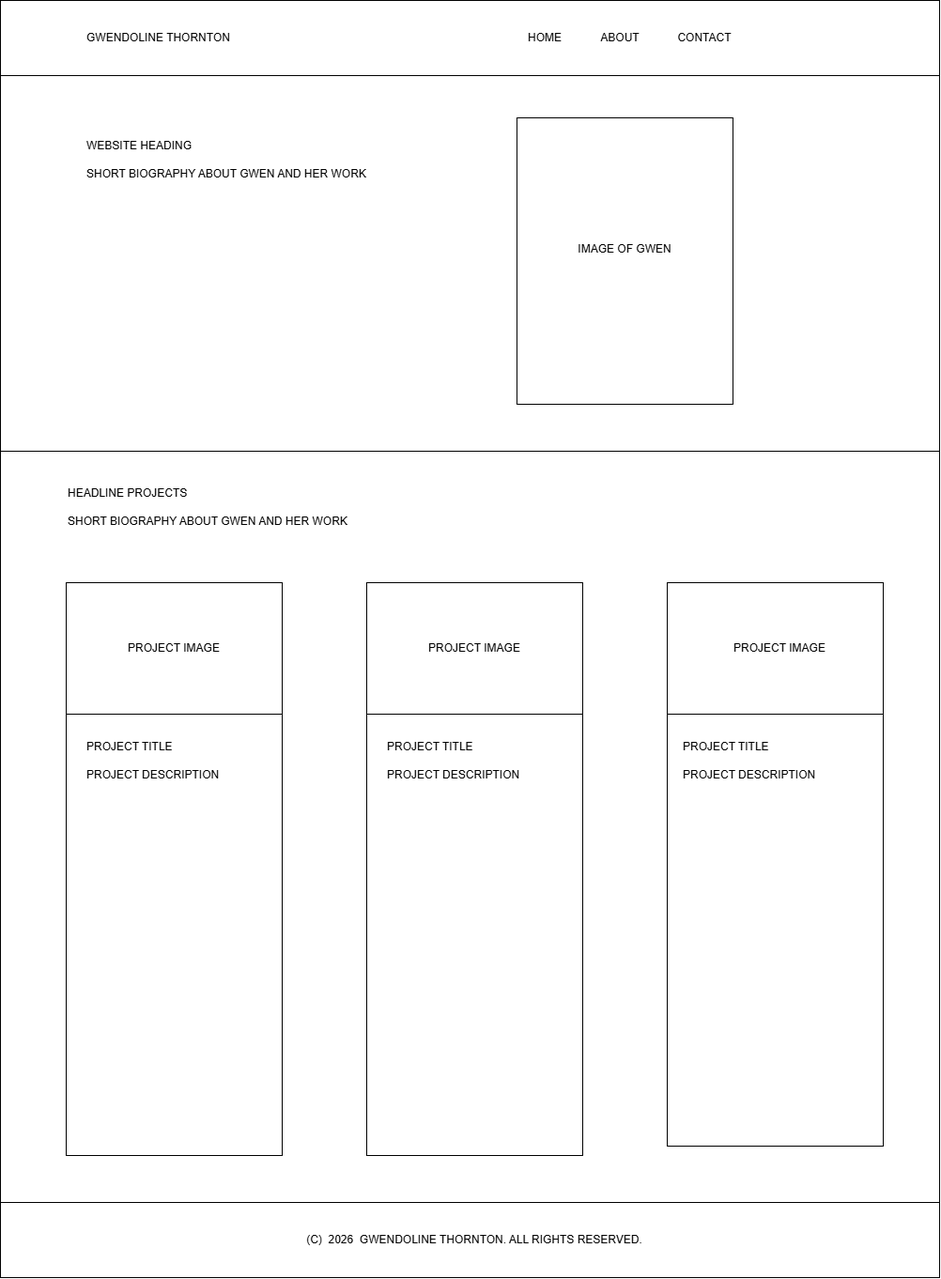
Earlier version of the draw.io export assets/images/gwendoline-thornton-portfolio-home.png (TheWorkshopMainContact/gwendoline-thornton-portfolio). Source tidied: cells renumbered, new cells last; positions are measured from the earlier drawing's top-left corner, leaving out a move shared by most shapes. Its diagram source:
```xml
<mxGraphModel>
  <root>
    <mxCell id="0" />
    <mxCell id="1" parent="0" />
    <mxCell id="2" style="rounded=0;whiteSpace=wrap;html=1;" parent="1" vertex="1">
      <mxGeometry width="1000" height="80" as="geometry" />
    </mxCell>
    <mxCell id="3" value="CONTACT" style="text;html=1;whiteSpace=wrap;strokeColor=none;fillColor=none;align=center;verticalAlign=middle;rounded=0;" parent="1" vertex="1">
      <mxGeometry x="710" y="25" width="80" height="30" as="geometry" />
    </mxCell>
    <mxCell id="4" value="ABOUT" style="text;html=1;whiteSpace=wrap;strokeColor=none;fillColor=none;align=center;verticalAlign=middle;rounded=0;" parent="1" vertex="1">
      <mxGeometry x="630" y="25" width="60" height="30" as="geometry" />
    </mxCell>
    <mxCell id="5" value="HOME" style="text;html=1;whiteSpace=wrap;strokeColor=none;fillColor=none;align=center;verticalAlign=middle;rounded=0;" parent="1" vertex="1">
      <mxGeometry x="550" y="25" width="60" height="30" as="geometry" />
    </mxCell>
    <mxCell id="6" value="GWENDOLINE THORNTON" style="text;html=1;whiteSpace=wrap;strokeColor=none;fillColor=none;align=left;verticalAlign=middle;rounded=0;" parent="1" vertex="1">
      <mxGeometry x="90" y="25" width="180" height="30" as="geometry" />
    </mxCell>
    <mxCell id="7" style="verticalLabelPosition=bottom;verticalAlign=top;html=1;shape=mxgraph.basic.rect;fillColor2=none;strokeWidth=1;size=20;indent=5;" parent="1" vertex="1">
      <mxGeometry y="80" width="1000" height="400" as="geometry" />
    </mxCell>
    <mxCell id="8" value="WEBSITE HEADING" style="text;html=1;whiteSpace=wrap;strokeColor=none;fillColor=none;align=left;verticalAlign=middle;rounded=0;" parent="1" vertex="1">
      <mxGeometry x="90" y="140" width="140" height="30" as="geometry" />
    </mxCell>
    <mxCell id="9" value="SHORT BIOGRAPHY ABOUT GWEN AND HER WORK" style="text;html=1;whiteSpace=wrap;strokeColor=none;fillColor=none;align=left;verticalAlign=middle;rounded=0;" parent="1" vertex="1">
      <mxGeometry x="90" y="170" width="320" height="30" as="geometry" />
    </mxCell>
    <mxCell id="10" style="verticalLabelPosition=bottom;verticalAlign=top;html=1;shape=mxgraph.basic.rect;fillColor2=none;strokeWidth=1;size=20;indent=5;" parent="1" vertex="1">
      <mxGeometry x="550" y="125" width="230" height="305" as="geometry" />
    </mxCell>
    <mxCell id="11" value="IMAGE OF GWEN" style="text;html=1;whiteSpace=wrap;strokeColor=none;fillColor=none;align=center;verticalAlign=middle;rounded=0;" parent="1" vertex="1">
      <mxGeometry x="605" y="250" width="120" height="30" as="geometry" />
    </mxCell>
    <mxCell id="12" style="verticalLabelPosition=bottom;verticalAlign=top;html=1;shape=mxgraph.basic.rect;fillColor2=none;strokeWidth=1;size=20;indent=5;" parent="1" vertex="1">
      <mxGeometry y="480" width="1000" height="800" as="geometry" />
    </mxCell>
    <mxCell id="13" style="verticalLabelPosition=bottom;verticalAlign=top;html=1;shape=mxgraph.basic.rect;fillColor2=none;strokeWidth=1;size=20;indent=5;" parent="1" vertex="1">
      <mxGeometry x="70" y="620" width="230" height="140" as="geometry" />
    </mxCell>
    <mxCell id="14" style="verticalLabelPosition=bottom;verticalAlign=top;html=1;shape=mxgraph.basic.rect;fillColor2=none;strokeWidth=1;size=20;indent=5;" parent="1" vertex="1">
      <mxGeometry x="390" y="620" width="230" height="140" as="geometry" />
    </mxCell>
    <mxCell id="15" style="verticalLabelPosition=bottom;verticalAlign=top;html=1;shape=mxgraph.basic.rect;fillColor2=none;strokeWidth=1;size=20;indent=5;" parent="1" vertex="1">
      <mxGeometry x="710" y="620" width="230" height="140" as="geometry" />
    </mxCell>
    <mxCell id="16" style="rounded=0;whiteSpace=wrap;html=1;" parent="1" vertex="1">
      <mxGeometry y="1280" width="1000" height="80" as="geometry" />
    </mxCell>
    <mxCell id="17" value="(C)&amp;nbsp; 2026&amp;nbsp; GWENDOLINE THORNTON. ALL RIGHTS RESERVED." style="text;html=1;whiteSpace=wrap;strokeColor=none;fillColor=none;align=center;verticalAlign=middle;rounded=0;" parent="1" vertex="1">
      <mxGeometry x="315" y="1305" width="380" height="30" as="geometry" />
    </mxCell>
    <mxCell id="18" value="HEADLINE PROJECTS" style="text;html=1;whiteSpace=wrap;strokeColor=none;fillColor=none;align=left;verticalAlign=middle;rounded=0;" parent="1" vertex="1">
      <mxGeometry x="70" y="510" width="150" height="30" as="geometry" />
    </mxCell>
    <mxCell id="19" style="verticalLabelPosition=bottom;verticalAlign=top;html=1;shape=mxgraph.basic.rect;fillColor2=none;strokeWidth=1;size=20;indent=5;" parent="1" vertex="1">
      <mxGeometry x="70" y="760" width="230" height="470" as="geometry" />
    </mxCell>
    <mxCell id="20" style="verticalLabelPosition=bottom;verticalAlign=top;html=1;shape=mxgraph.basic.rect;fillColor2=none;strokeWidth=1;size=20;indent=5;" parent="1" vertex="1">
      <mxGeometry x="390" y="760" width="230" height="470" as="geometry" />
    </mxCell>
    <mxCell id="21" style="verticalLabelPosition=bottom;verticalAlign=top;html=1;shape=mxgraph.basic.rect;fillColor2=none;strokeWidth=1;size=20;indent=5;" parent="1" vertex="1">
      <mxGeometry x="710" y="760" width="230" height="460" as="geometry" />
    </mxCell>
    <mxCell id="22" value="PROJECT IMAGE" style="text;html=1;whiteSpace=wrap;strokeColor=none;fillColor=none;align=center;verticalAlign=middle;rounded=0;" parent="1" vertex="1">
      <mxGeometry x="125" y="675" width="120" height="30" as="geometry" />
    </mxCell>
    <mxCell id="23" value="PROJECT IMAGE" style="text;html=1;whiteSpace=wrap;strokeColor=none;fillColor=none;align=center;verticalAlign=middle;rounded=0;" parent="1" vertex="1">
      <mxGeometry x="445" y="675" width="120" height="30" as="geometry" />
    </mxCell>
    <mxCell id="24" value="PROJECT IMAGE" style="text;html=1;whiteSpace=wrap;strokeColor=none;fillColor=none;align=center;verticalAlign=middle;rounded=0;" parent="1" vertex="1">
      <mxGeometry x="770" y="675" width="120" height="30" as="geometry" />
    </mxCell>
    <mxCell id="25" value="SHORT BIOGRAPHY ABOUT GWEN AND HER WORK" style="text;html=1;whiteSpace=wrap;strokeColor=none;fillColor=none;align=left;verticalAlign=middle;rounded=0;" parent="1" vertex="1">
      <mxGeometry x="70" y="540" width="320" height="30" as="geometry" />
    </mxCell>
    <mxCell id="26" value="PROJECT TITLE" style="text;html=1;whiteSpace=wrap;strokeColor=none;fillColor=none;align=left;verticalAlign=middle;rounded=0;" parent="1" vertex="1">
      <mxGeometry x="90" y="780" width="120" height="30" as="geometry" />
    </mxCell>
    <mxCell id="27" value="PROJECT TITLE" style="text;html=1;whiteSpace=wrap;strokeColor=none;fillColor=none;align=left;verticalAlign=middle;rounded=0;" parent="1" vertex="1">
      <mxGeometry x="410" y="780" width="120" height="30" as="geometry" />
    </mxCell>
    <mxCell id="28" value="PROJECT TITLE" style="text;html=1;whiteSpace=wrap;strokeColor=none;fillColor=none;align=left;verticalAlign=middle;rounded=0;" parent="1" vertex="1">
      <mxGeometry x="725" y="780" width="120" height="30" as="geometry" />
    </mxCell>
    <mxCell id="29" value="PROJECT DESCRIPTION" style="text;html=1;whiteSpace=wrap;strokeColor=none;fillColor=none;align=left;verticalAlign=middle;rounded=0;" parent="1" vertex="1">
      <mxGeometry x="90" y="810" width="160" height="30" as="geometry" />
    </mxCell>
    <mxCell id="30" value="PROJECT DESCRIPTION" style="text;html=1;whiteSpace=wrap;strokeColor=none;fillColor=none;align=left;verticalAlign=middle;rounded=0;" parent="1" vertex="1">
      <mxGeometry x="410" y="810" width="160" height="30" as="geometry" />
    </mxCell>
    <mxCell id="31" value="PROJECT DESCRIPTION" style="text;html=1;whiteSpace=wrap;strokeColor=none;fillColor=none;align=left;verticalAlign=middle;rounded=0;" parent="1" vertex="1">
      <mxGeometry x="725" y="810" width="160" height="30" as="geometry" />
    </mxCell>
  </root>
</mxGraphModel>
```
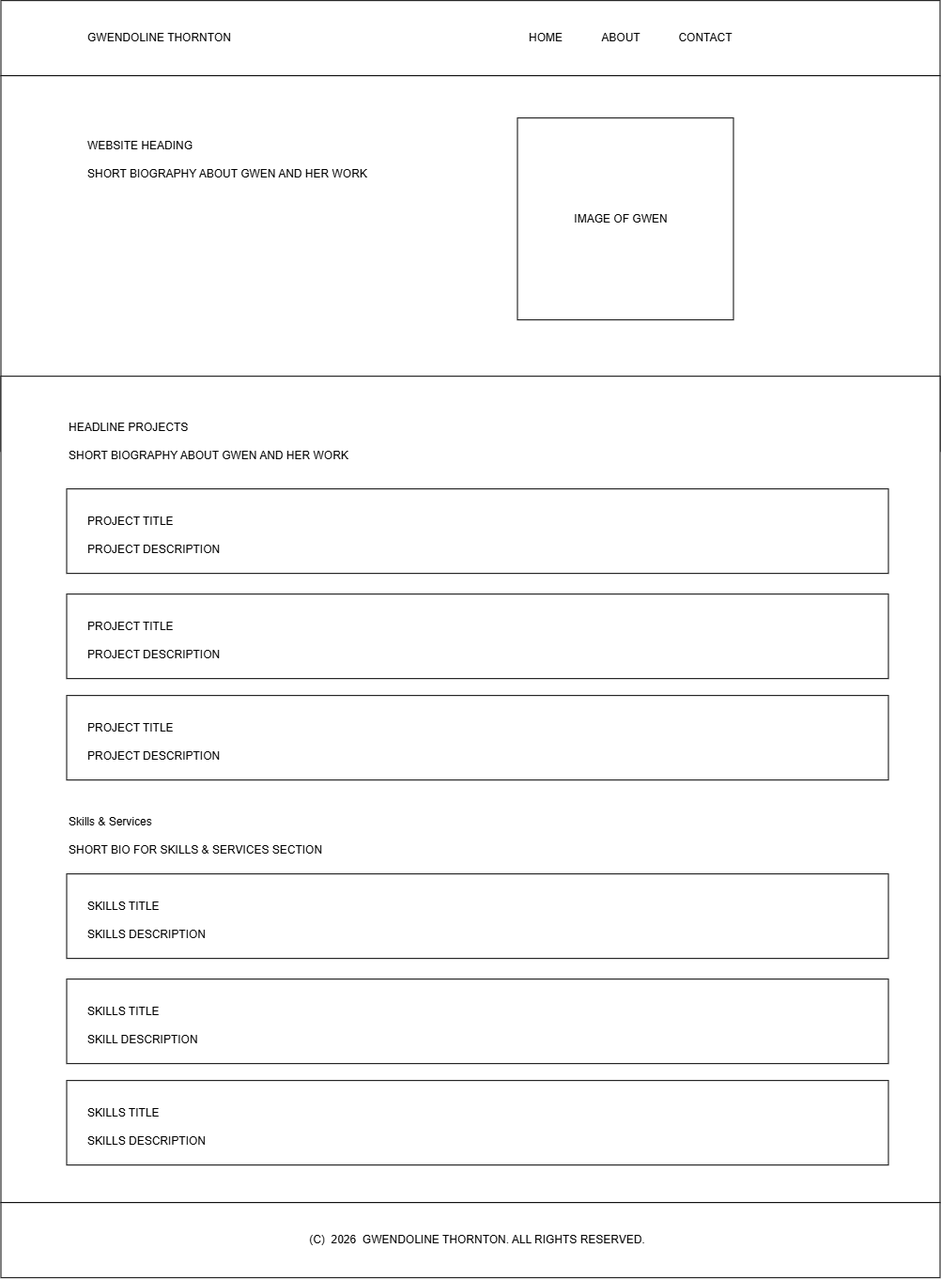
The same file after the commit.

Commit message:
addition of new readme wireframe for website

The edit, as a diff of the source:
```diff
@@ -27,70 +27,85 @@
       <mxGeometry x="90" y="170" width="320" height="30" as="geometry" />
     </mxCell>
     <mxCell id="10" style="verticalLabelPosition=bottom;verticalAlign=top;html=1;shape=mxgraph.basic.rect;fillColor2=none;strokeWidth=1;size=20;indent=5;" parent="1" vertex="1">
-      <mxGeometry x="550" y="125" width="230" height="305" as="geometry" />
+      <mxGeometry x="550" y="125" width="230" height="215" as="geometry" />
     </mxCell>
     <mxCell id="11" value="IMAGE OF GWEN" style="text;html=1;whiteSpace=wrap;strokeColor=none;fillColor=none;align=center;verticalAlign=middle;rounded=0;" parent="1" vertex="1">
-      <mxGeometry x="605" y="250" width="120" height="30" as="geometry" />
+      <mxGeometry x="600" y="217.5" width="120" height="30" as="geometry" />
     </mxCell>
     <mxCell id="12" style="verticalLabelPosition=bottom;verticalAlign=top;html=1;shape=mxgraph.basic.rect;fillColor2=none;strokeWidth=1;size=20;indent=5;" parent="1" vertex="1">
-      <mxGeometry y="480" width="1000" height="800" as="geometry" />
+      <mxGeometry y="400" width="1000" height="880" as="geometry" />
     </mxCell>
-    <mxCell id="13" style="verticalLabelPosition=bottom;verticalAlign=top;html=1;shape=mxgraph.basic.rect;fillColor2=none;strokeWidth=1;size=20;indent=5;" parent="1" vertex="1">
-      <mxGeometry x="70" y="620" width="230" height="140" as="geometry" />
-    </mxCell>
-    <mxCell id="14" style="verticalLabelPosition=bottom;verticalAlign=top;html=1;shape=mxgraph.basic.rect;fillColor2=none;strokeWidth=1;size=20;indent=5;" parent="1" vertex="1">
-      <mxGeometry x="390" y="620" width="230" height="140" as="geometry" />
-    </mxCell>
-    <mxCell id="15" style="verticalLabelPosition=bottom;verticalAlign=top;html=1;shape=mxgraph.basic.rect;fillColor2=none;strokeWidth=1;size=20;indent=5;" parent="1" vertex="1">
-      <mxGeometry x="710" y="620" width="230" height="140" as="geometry" />
-    </mxCell>
     <mxCell id="16" style="rounded=0;whiteSpace=wrap;html=1;" parent="1" vertex="1">
       <mxGeometry y="1280" width="1000" height="80" as="geometry" />
     </mxCell>
     <mxCell id="17" value="(C)&amp;nbsp; 2026&amp;nbsp; GWENDOLINE THORNTON. ALL RIGHTS RESERVED." style="text;html=1;whiteSpace=wrap;strokeColor=none;fillColor=none;align=center;verticalAlign=middle;rounded=0;" parent="1" vertex="1">
-      <mxGeometry x="315" y="1305" width="380" height="30" as="geometry" />
+      <mxGeometry x="317.5" y="1305" width="380" height="30" as="geometry" />
     </mxCell>
     <mxCell id="18" value="HEADLINE PROJECTS" style="text;html=1;whiteSpace=wrap;strokeColor=none;fillColor=none;align=left;verticalAlign=middle;rounded=0;" parent="1" vertex="1">
-      <mxGeometry x="70" y="510" width="150" height="30" as="geometry" />
+      <mxGeometry x="70" y="440" width="150" height="30" as="geometry" />
     </mxCell>
     <mxCell id="19" style="verticalLabelPosition=bottom;verticalAlign=top;html=1;shape=mxgraph.basic.rect;fillColor2=none;strokeWidth=1;size=20;indent=5;" parent="1" vertex="1">
-      <mxGeometry x="70" y="760" width="230" height="470" as="geometry" />
+      <mxGeometry x="70" y="520" width="875" height="90" as="geometry" />
     </mxCell>
-    <mxCell id="20" style="verticalLabelPosition=bottom;verticalAlign=top;html=1;shape=mxgraph.basic.rect;fillColor2=none;strokeWidth=1;size=20;indent=5;" parent="1" vertex="1">
-      <mxGeometry x="390" y="760" width="230" height="470" as="geometry" />
-    </mxCell>
-    <mxCell id="21" style="verticalLabelPosition=bottom;verticalAlign=top;html=1;shape=mxgraph.basic.rect;fillColor2=none;strokeWidth=1;size=20;indent=5;" parent="1" vertex="1">
-      <mxGeometry x="710" y="760" width="230" height="460" as="geometry" />
-    </mxCell>
-    <mxCell id="22" value="PROJECT IMAGE" style="text;html=1;whiteSpace=wrap;strokeColor=none;fillColor=none;align=center;verticalAlign=middle;rounded=0;" parent="1" vertex="1">
-      <mxGeometry x="125" y="675" width="120" height="30" as="geometry" />
-    </mxCell>
-    <mxCell id="23" value="PROJECT IMAGE" style="text;html=1;whiteSpace=wrap;strokeColor=none;fillColor=none;align=center;verticalAlign=middle;rounded=0;" parent="1" vertex="1">
-      <mxGeometry x="445" y="675" width="120" height="30" as="geometry" />
-    </mxCell>
-    <mxCell id="24" value="PROJECT IMAGE" style="text;html=1;whiteSpace=wrap;strokeColor=none;fillColor=none;align=center;verticalAlign=middle;rounded=0;" parent="1" vertex="1">
-      <mxGeometry x="770" y="675" width="120" height="30" as="geometry" />
-    </mxCell>
     <mxCell id="25" value="SHORT BIOGRAPHY ABOUT GWEN AND HER WORK" style="text;html=1;whiteSpace=wrap;strokeColor=none;fillColor=none;align=left;verticalAlign=middle;rounded=0;" parent="1" vertex="1">
-      <mxGeometry x="70" y="540" width="320" height="30" as="geometry" />
+      <mxGeometry x="70" y="470" width="320" height="30" as="geometry" />
     </mxCell>
     <mxCell id="26" value="PROJECT TITLE" style="text;html=1;whiteSpace=wrap;strokeColor=none;fillColor=none;align=left;verticalAlign=middle;rounded=0;" parent="1" vertex="1">
-      <mxGeometry x="90" y="780" width="120" height="30" as="geometry" />
+      <mxGeometry x="90" y="540" width="120" height="30" as="geometry" />
     </mxCell>
-    <mxCell id="27" value="PROJECT TITLE" style="text;html=1;whiteSpace=wrap;strokeColor=none;fillColor=none;align=left;verticalAlign=middle;rounded=0;" parent="1" vertex="1">
-      <mxGeometry x="410" y="780" width="120" height="30" as="geometry" />
-    </mxCell>
-    <mxCell id="28" value="PROJECT TITLE" style="text;html=1;whiteSpace=wrap;strokeColor=none;fillColor=none;align=left;verticalAlign=middle;rounded=0;" parent="1" vertex="1">
-      <mxGeometry x="725" y="780" width="120" height="30" as="geometry" />
-    </mxCell>
     <mxCell id="29" value="PROJECT DESCRIPTION" style="text;html=1;whiteSpace=wrap;strokeColor=none;fillColor=none;align=left;verticalAlign=middle;rounded=0;" parent="1" vertex="1">
-      <mxGeometry x="90" y="810" width="160" height="30" as="geometry" />
+      <mxGeometry x="90" y="570" width="160" height="30" as="geometry" />
     </mxCell>
-    <mxCell id="30" value="PROJECT DESCRIPTION" style="text;html=1;whiteSpace=wrap;strokeColor=none;fillColor=none;align=left;verticalAlign=middle;rounded=0;" parent="1" vertex="1">
-      <mxGeometry x="410" y="810" width="160" height="30" as="geometry" />
-    </mxCell>
-    <mxCell id="31" value="PROJECT DESCRIPTION" style="text;html=1;whiteSpace=wrap;strokeColor=none;fillColor=none;align=left;verticalAlign=middle;rounded=0;" parent="1" vertex="1">
-      <mxGeometry x="725" y="810" width="160" height="30" as="geometry" />
-    </mxCell>
+    <mxCell id="32" style="verticalLabelPosition=bottom;verticalAlign=top;html=1;shape=mxgraph.basic.rect;fillColor2=none;strokeWidth=1;size=20;indent=5;" parent="1" vertex="1">
+      <mxGeometry x="70" y="632" width="875" height="90" as="geometry" />
+    </mxCell>
+    <mxCell id="33" value="PROJECT DESCRIPTION" style="text;html=1;whiteSpace=wrap;strokeColor=none;fillColor=none;align=left;verticalAlign=middle;rounded=0;" parent="1" vertex="1">
+      <mxGeometry x="90" y="682" width="160" height="30" as="geometry" />
+    </mxCell>
+    <mxCell id="34" value="PROJECT TITLE" style="text;html=1;whiteSpace=wrap;strokeColor=none;fillColor=none;align=left;verticalAlign=middle;rounded=0;" parent="1" vertex="1">
+      <mxGeometry x="90" y="652" width="120" height="30" as="geometry" />
+    </mxCell>
+    <mxCell id="35" style="verticalLabelPosition=bottom;verticalAlign=top;html=1;shape=mxgraph.basic.rect;fillColor2=none;strokeWidth=1;size=20;indent=5;" parent="1" vertex="1">
+      <mxGeometry x="70" y="740" width="875" height="90" as="geometry" />
+    </mxCell>
+    <mxCell id="36" value="PROJECT DESCRIPTION" style="text;html=1;whiteSpace=wrap;strokeColor=none;fillColor=none;align=left;verticalAlign=middle;rounded=0;" parent="1" vertex="1">
+      <mxGeometry x="90" y="790" width="160" height="30" as="geometry" />
+    </mxCell>
+    <mxCell id="37" value="PROJECT TITLE" style="text;html=1;whiteSpace=wrap;strokeColor=none;fillColor=none;align=left;verticalAlign=middle;rounded=0;" parent="1" vertex="1">
+      <mxGeometry x="90" y="760" width="120" height="30" as="geometry" />
+    </mxCell>
+    <mxCell id="38" value="Skills &amp;amp; Services" style="text;html=1;whiteSpace=wrap;strokeColor=none;fillColor=none;align=left;verticalAlign=middle;rounded=0;" parent="1" vertex="1">
+      <mxGeometry x="70" y="860" width="110" height="30" as="geometry" />
+    </mxCell>
+    <mxCell id="39" value="SHORT BIO FOR SKILLS &amp;amp; SERVICES SECTION&amp;nbsp;" style="text;html=1;whiteSpace=wrap;strokeColor=none;fillColor=none;align=left;verticalAlign=middle;rounded=0;" parent="1" vertex="1">
+      <mxGeometry x="70" y="890" width="300" height="30" as="geometry" />
+    </mxCell>
+    <mxCell id="40" style="verticalLabelPosition=bottom;verticalAlign=top;html=1;shape=mxgraph.basic.rect;fillColor2=none;strokeWidth=1;size=20;indent=5;" parent="1" vertex="1">
+      <mxGeometry x="70" y="1150" width="875" height="90" as="geometry" />
+    </mxCell>
+    <mxCell id="41" value="SKILLS DESCRIPTION" style="text;html=1;whiteSpace=wrap;strokeColor=none;fillColor=none;align=left;verticalAlign=middle;rounded=0;" parent="1" vertex="1">
+      <mxGeometry x="90" y="1200" width="150" height="30" as="geometry" />
+    </mxCell>
+    <mxCell id="42" value="SKILLS TITLE" style="text;html=1;whiteSpace=wrap;strokeColor=none;fillColor=none;align=left;verticalAlign=middle;rounded=0;" parent="1" vertex="1">
+      <mxGeometry x="90" y="1170" width="100" height="30" as="geometry" />
+    </mxCell>
+    <mxCell id="43" style="verticalLabelPosition=bottom;verticalAlign=top;html=1;shape=mxgraph.basic.rect;fillColor2=none;strokeWidth=1;size=20;indent=5;" parent="1" vertex="1">
+      <mxGeometry x="70" y="1042" width="875" height="90" as="geometry" />
+    </mxCell>
+    <mxCell id="44" value="SKILLS TITLE" style="text;html=1;whiteSpace=wrap;strokeColor=none;fillColor=none;align=left;verticalAlign=middle;rounded=0;" parent="1" vertex="1">
+      <mxGeometry x="90" y="1062" width="100" height="30" as="geometry" />
+    </mxCell>
+    <mxCell id="45" value="SKILL DESCRIPTION" style="text;html=1;whiteSpace=wrap;strokeColor=none;fillColor=none;align=left;verticalAlign=middle;rounded=0;" parent="1" vertex="1">
+      <mxGeometry x="90" y="1092" width="140" height="30" as="geometry" />
+    </mxCell>
+    <mxCell id="46" style="verticalLabelPosition=bottom;verticalAlign=top;html=1;shape=mxgraph.basic.rect;fillColor2=none;strokeWidth=1;size=20;indent=5;" parent="1" vertex="1">
+      <mxGeometry x="70" y="930" width="875" height="90" as="geometry" />
+    </mxCell>
+    <mxCell id="47" value="SKILLS DESCRIPTION" style="text;html=1;whiteSpace=wrap;strokeColor=none;fillColor=none;align=left;verticalAlign=middle;rounded=0;" parent="1" vertex="1">
+      <mxGeometry x="90" y="980" width="150" height="30" as="geometry" />
+    </mxCell>
+    <mxCell id="48" value="SKILLS TITLE" style="text;html=1;whiteSpace=wrap;strokeColor=none;fillColor=none;align=left;verticalAlign=middle;rounded=0;" parent="1" vertex="1">
+      <mxGeometry x="90" y="950" width="100" height="30" as="geometry" />
+    </mxCell>
   </root>
 </mxGraphModel>
```
